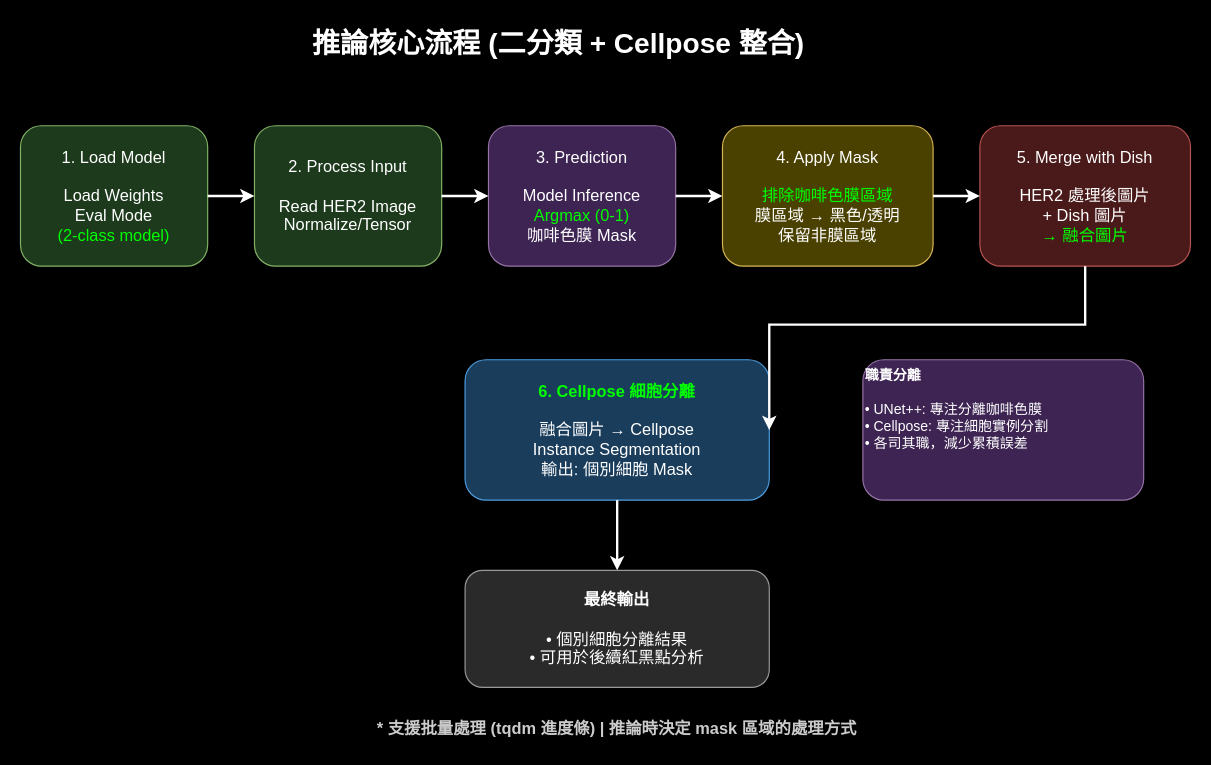
Earlier version of the draw.io diagram cell_mask/unet_mask/drawio/inference_pipeline.drawio (diadia0000/tsgh). Source tidied: cells renumbered, new cells numbered last; positions are measured from the earlier drawing's top-left corner, leaving out a move shared by most shapes. Both pictures are drawn from the tidied source at 117%, with x=0, y=0 at pixel (20, 20).
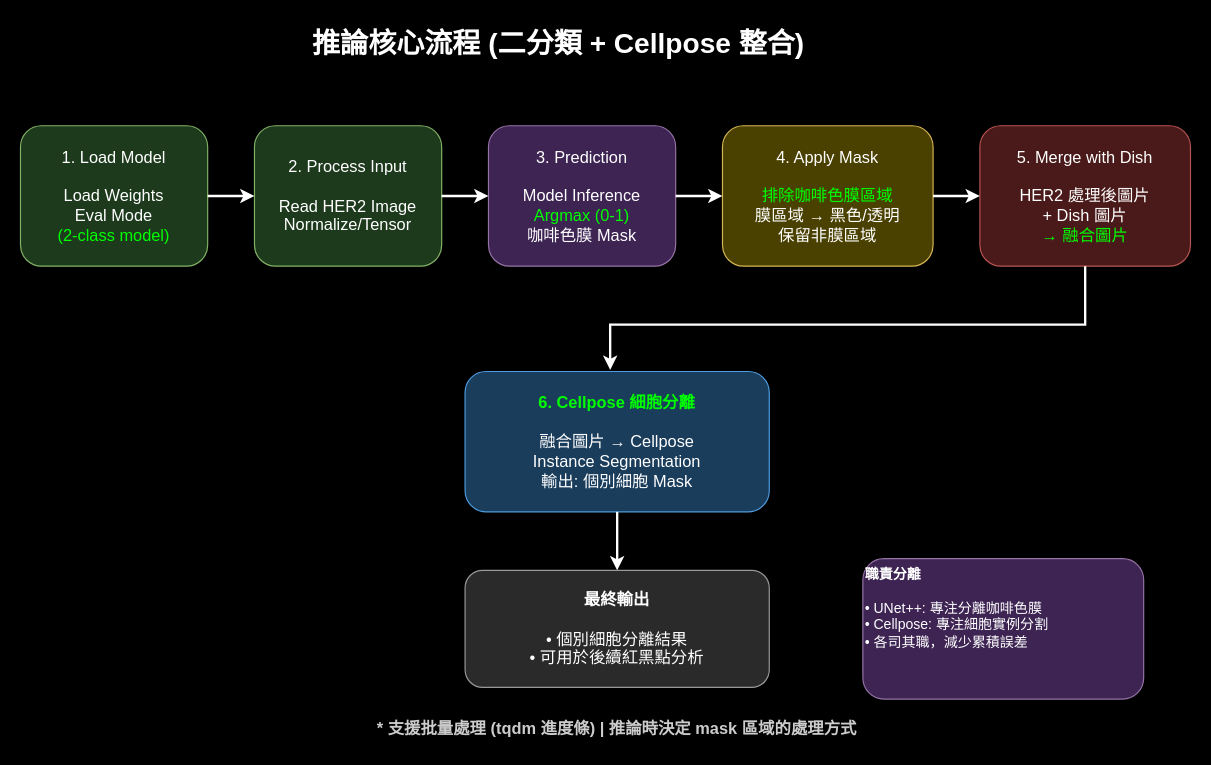
After the change.

Change to the diagram source:
```diff
@@
 <mxGraphModel background="#000000">
   <root>
     <mxCell id="0" />
     <mxCell id="1" parent="0" />
     <mxCell id="2" value="推論核心流程 (二分類 + Cellpose 整合)" style="text;html=1;strokeColor=none;fillColor=none;align=center;verticalAlign=middle;whiteSpace=wrap;rounded=0;fontSize=24;fontStyle=1;fontColor=#FFFFFF;" parent="1" vertex="1">
       <mxGeometry x="210" width="500" height="40" as="geometry" />
     </mxCell>
     <mxCell id="3" value="1. Load Model&lt;br&gt;&lt;br&gt;Load Weights&lt;br&gt;Eval Mode&lt;br&gt;&lt;font color=&quot;#00ff00&quot;&gt;(2-class model)&lt;/font&gt;" style="rounded=1;whiteSpace=wrap;html=1;fillColor=#1d3a1d;strokeColor=#82b366;fontSize=14;fontColor=#FFFFFF;" parent="1" vertex="1">
       <mxGeometry y="90" width="160" height="120" as="geometry" />
     </mxCell>
     <mxCell id="4" value="2. Process Input&lt;br&gt;&lt;br&gt;Read HER2 Image&lt;br&gt;Normalize/Tensor" style="rounded=1;whiteSpace=wrap;html=1;fillColor=#1d3a1d;strokeColor=#82b366;fontSize=14;fontColor=#FFFFFF;" parent="1" vertex="1">
       <mxGeometry x="200" y="90" width="160" height="120" as="geometry" />
     </mxCell>
     <mxCell id="5" value="3. Prediction&lt;br&gt;&lt;br&gt;Model Inference&lt;br&gt;&lt;font color=&quot;#00ff00&quot;&gt;Argmax (0-1)&lt;/font&gt;&lt;br&gt;咖啡色膜 Mask" style="rounded=1;whiteSpace=wrap;html=1;fillColor=#3d2453;strokeColor=#9673a6;fontSize=14;fontColor=#FFFFFF;" parent="1" vertex="1">
       <mxGeometry x="400" y="90" width="160" height="120" as="geometry" />
     </mxCell>
     <mxCell id="6" value="4. Apply Mask&lt;br&gt;&lt;br&gt;&lt;font color=&quot;#00ff00&quot;&gt;排除咖啡色膜區域&lt;/font&gt;&lt;br&gt;膜區域 → 黑色/透明&lt;br&gt;保留非膜區域" style="rounded=1;whiteSpace=wrap;html=1;fillColor=#4a4000;strokeColor=#d6b656;fontSize=14;fontColor=#FFFFFF;" parent="1" vertex="1">
       <mxGeometry x="600" y="90" width="180" height="120" as="geometry" />
     </mxCell>
     <mxCell id="7" value="5. Merge with Dish&lt;br&gt;&lt;br&gt;HER2 處理後圖片&lt;br&gt;+ Dish 圖片&lt;br&gt;&lt;font color=&quot;#00ff00&quot;&gt;→ 融合圖片&lt;/font&gt;" style="rounded=1;whiteSpace=wrap;html=1;fillColor=#4a1a1a;strokeColor=#b85450;fontSize=14;fontColor=#FFFFFF;" parent="1" vertex="1">
       <mxGeometry x="820" y="90" width="180" height="120" as="geometry" />
     </mxCell>
     <mxCell id="8" style="edgeStyle=orthogonalEdgeStyle;rounded=0;jettySize=auto;html=1;entryX=0;entryY=0.5;strokeWidth=2;strokeColor=#FFFFFF;" parent="1" edge="1" source="3" target="4">
       <mxGeometry relative="1" as="geometry" />
     </mxCell>
     <mxCell id="9" style="edgeStyle=orthogonalEdgeStyle;rounded=0;jettySize=auto;html=1;entryX=0;entryY=0.5;strokeWidth=2;strokeColor=#FFFFFF;" parent="1" edge="1" source="4" target="5">
       <mxGeometry relative="1" as="geometry" />
     </mxCell>
     <mxCell id="10" style="edgeStyle=orthogonalEdgeStyle;rounded=0;jettySize=auto;html=1;entryX=0;entryY=0.5;strokeWidth=2;strokeColor=#FFFFFF;" parent="1" edge="1" source="5" target="6">
       <mxGeometry relative="1" as="geometry" />
     </mxCell>
     <mxCell id="11" style="edgeStyle=orthogonalEdgeStyle;rounded=0;jettySize=auto;html=1;entryX=0;entryY=0.5;strokeWidth=2;strokeColor=#FFFFFF;" parent="1" edge="1" source="6" target="7">
       <mxGeometry relative="1" as="geometry" />
     </mxCell>
     <mxCell id="12" value="&lt;b&gt;&lt;font color=&quot;#00ff00&quot;&gt;6. Cellpose 細胞分離&lt;/font&gt;&lt;/b&gt;&lt;br&gt;&lt;br&gt;融合圖片 → Cellpose&lt;br&gt;Instance Segmentation&lt;br&gt;輸出: 個別細胞 Mask" style="rounded=1;whiteSpace=wrap;html=1;fillColor=#1a3d5c;strokeColor=#4d9de0;fontSize=14;fontColor=#FFFFFF;" parent="1" vertex="1">
-      <mxGeometry x="380" y="290" width="260" height="120" as="geometry" />
+      <mxGeometry x="380" y="300" width="260" height="120" as="geometry" />
     </mxCell>
-    <mxCell id="13" style="edgeStyle=orthogonalEdgeStyle;rounded=0;jettySize=auto;html=1;entryX=1;entryY=0.5;strokeWidth=2;strokeColor=#FFFFFF;" parent="1" edge="1" source="7" target="12">
+    <mxCell id="13" style="edgeStyle=orthogonalEdgeStyle;rounded=0;jettySize=auto;html=1;strokeWidth=2;strokeColor=#FFFFFF;entryX=0.477;entryY=-0.011;entryDx=0;entryDy=0;entryPerimeter=0;" parent="1" edge="1" source="7" target="12">
       <mxGeometry relative="1" as="geometry">
         <Array as="points">
           <mxPoint x="910" y="260" />
-          <mxPoint x="640" y="260" />
+          <mxPoint x="504" y="260" />
         </Array>
       </mxGeometry>
     </mxCell>
     <mxCell id="14" value="&lt;b&gt;最終輸出&lt;/b&gt;&lt;br&gt;&lt;br&gt;• 個別細胞分離結果&lt;br&gt;• 可用於後續紅黑點分析" style="rounded=1;whiteSpace=wrap;html=1;fillColor=#2a2a2a;strokeColor=#999999;fontSize=14;fontColor=#FFFFFF;" parent="1" vertex="1">
       <mxGeometry x="380" y="470" width="260" height="100" as="geometry" />
     </mxCell>
     <mxCell id="15" style="edgeStyle=orthogonalEdgeStyle;rounded=0;jettySize=auto;html=1;entryX=0.5;entryY=0;strokeWidth=2;strokeColor=#FFFFFF;" parent="1" edge="1" source="12" target="14">
       <mxGeometry relative="1" as="geometry" />
     </mxCell>
     <mxCell id="16" value="&lt;b&gt;職責分離&lt;/b&gt;&lt;br&gt;&lt;br&gt;• UNet++: 專注分離咖啡色膜&lt;br&gt;• Cellpose: 專注細胞實例分割&lt;br&gt;• 各司其職，減少累積誤差" style="rounded=1;whiteSpace=wrap;html=1;fillColor=#3d2453;strokeColor=#9673a6;fontSize=12;fontColor=#FFFFFF;align=left;verticalAlign=top;" parent="1" vertex="1">
-      <mxGeometry x="720" y="290" width="240" height="120" as="geometry" />
+      <mxGeometry x="720" y="460" width="240" height="120" as="geometry" />
     </mxCell>
     <mxCell id="17" value="* 支援批量處理 (tqdm 進度條) | 推論時決定 mask 區域的處理方式" style="text;html=1;strokeColor=none;fillColor=none;align=center;verticalAlign=middle;whiteSpace=wrap;rounded=0;fontSize=14;fontStyle=1;fontColor=#CCCCCC;" parent="1" vertex="1">
       <mxGeometry x="210" y="590" width="600" height="30" as="geometry" />
     </mxCell>
   </root>
 </mxGraphModel>
```
